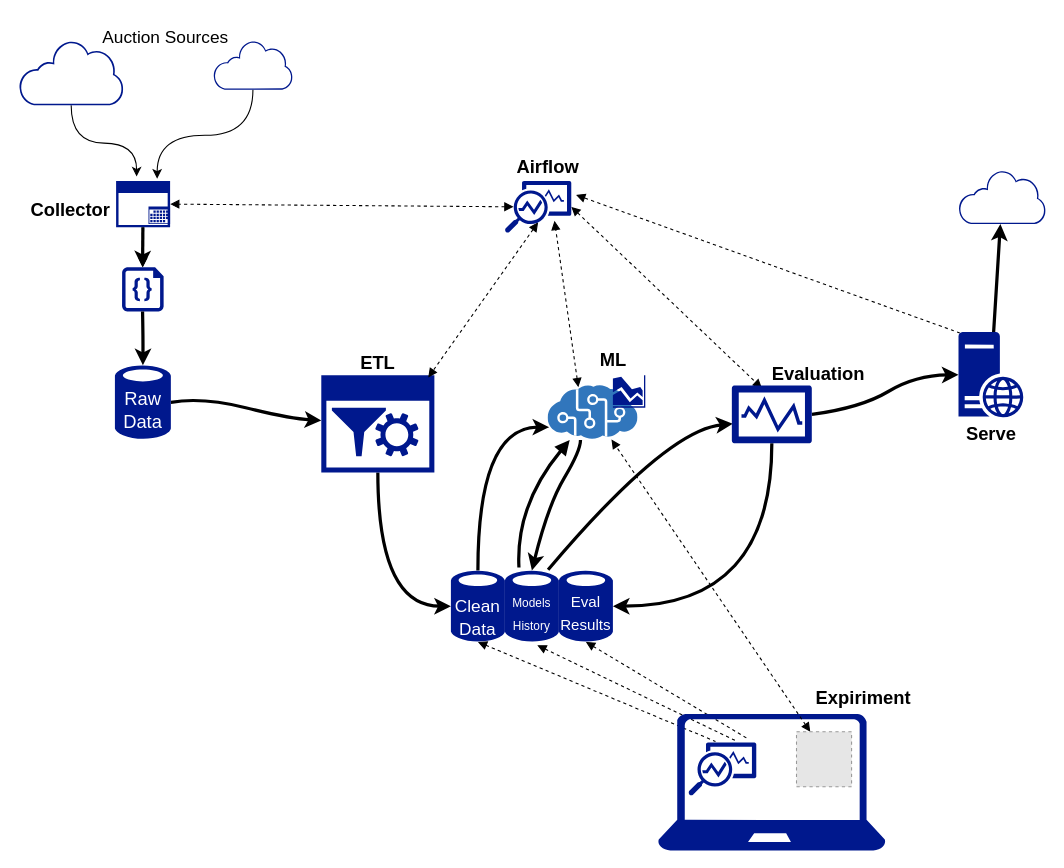
3DBull/VisuWeigh keeps this draw.io diagram as docs/architecture.drawio. Above is the earlier version. Source tidied: cells renumbered, new cells numbered last; positions are measured from the earlier drawing's top-left corner, leaving out a move shared by most shapes. Both pictures are drawn from the tidied source at 108%, with x=0, y=0 at pixel (18, 18). Pictures stored in the file or linked from it are replaced by grey dashed boxes.
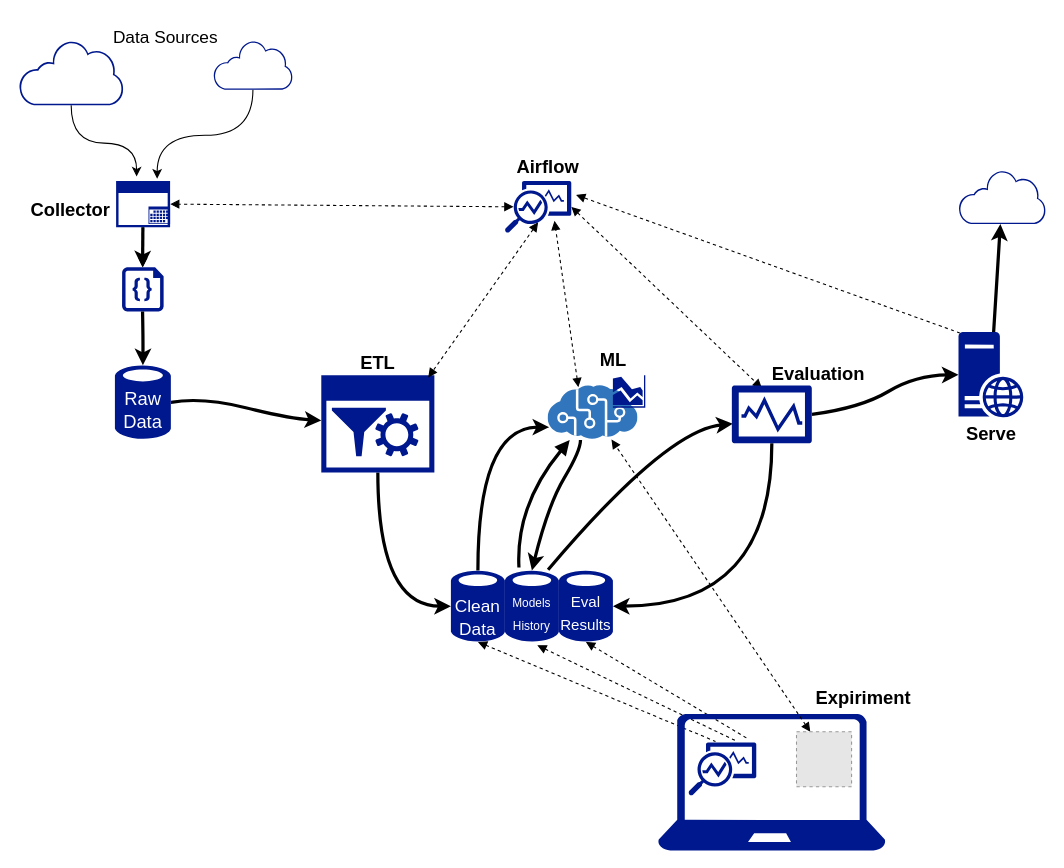
After the change.

Diff of the diagram source:
```diff
@@
-    <mxCell id="39" value="&lt;font style=&quot;font-size: 16px;&quot;&gt;Auction Sources&lt;/font&gt;" style="text;html=1;strokeColor=none;fillColor=none;align=center;verticalAlign=middle;whiteSpace=wrap;rounded=0;fontSize=24;" parent="1" vertex="1">
+    <mxCell id="39" value="&lt;font style=&quot;font-size: 16px;&quot;&gt;Data Sources&lt;/font&gt;" style="text;html=1;strokeColor=none;fillColor=none;align=center;verticalAlign=middle;whiteSpace=wrap;rounded=0;fontSize=24;" parent="1" vertex="1">
       <mxGeometry x="40" width="191.6" height="30" as="geometry" />
     </mxCell>
```
